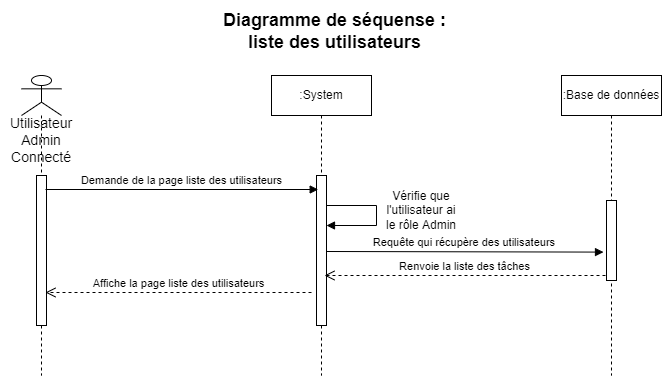
gnut06300/P7_ToDo_Co keeps this draw.io diagram as diagrammes/ToDo_List_D_S_Liste_Utilisateurs.drawio.png. Above is the earlier version. Source tidied: cells renumbered, new cells last; positions are measured from the earlier drawing's top-left corner, leaving out a move shared by most shapes. The source it was exported from:
```xml
<mxGraphModel>
  <root>
    <mxCell id="0" />
    <mxCell id="1" parent="0" />
    <mxCell id="2" value="&lt;b&gt;&lt;font style=&quot;font-size: 18px&quot;&gt;Diagramme de séquense : liste des utilisateurs&lt;/font&gt;&lt;/b&gt;" style="text;html=1;strokeColor=none;fillColor=none;align=center;verticalAlign=middle;whiteSpace=wrap;rounded=0;" parent="1" vertex="1">
      <mxGeometry x="208" width="231" height="30" as="geometry" />
    </mxCell>
    <mxCell id="3" style="shape=umlLifeline;participant=umlActor;perimeter=lifelinePerimeter;whiteSpace=wrap;html=1;verticalAlign=top;spacingTop=36;" parent="1" vertex="1">
      <mxGeometry x="10" y="59" width="40" height="300" as="geometry" />
    </mxCell>
    <mxCell id="4" value="Utilisateur&lt;br&gt;Admin&lt;br&gt;Connecté" style="text;html=1;strokeColor=none;fillColor=none;align=center;verticalAlign=middle;whiteSpace=wrap;rounded=0;fontSize=14;" parent="3" vertex="1">
      <mxGeometry x="-10" y="50" width="60" height="30" as="geometry" />
    </mxCell>
    <mxCell id="5" style="html=1;perimeter=orthogonalPerimeter;" parent="3" vertex="1">
      <mxGeometry x="15" y="100" width="10" height="150" as="geometry" />
    </mxCell>
    <mxCell id="6" value=":System" style="shape=umlLifeline;perimeter=lifelinePerimeter;whiteSpace=wrap;html=1;" parent="1" vertex="1">
      <mxGeometry x="260" y="59" width="100" height="300" as="geometry" />
    </mxCell>
    <mxCell id="7" style="html=1;perimeter=orthogonalPerimeter;" parent="6" vertex="1">
      <mxGeometry x="45" y="100" width="10" height="150" as="geometry" />
    </mxCell>
    <mxCell id="8" value=":Base de données" style="shape=umlLifeline;perimeter=lifelinePerimeter;whiteSpace=wrap;html=1;" parent="1" vertex="1">
      <mxGeometry x="550" y="59" width="100" height="300" as="geometry" />
    </mxCell>
    <mxCell id="9" style="html=1;points=[];perimeter=orthogonalPerimeter;" parent="8" vertex="1">
      <mxGeometry x="45" y="125" width="10" height="80" as="geometry" />
    </mxCell>
    <mxCell id="10" style="html=1;verticalAlign=bottom;endArrow=block;rounded=0;" parent="1" edge="1">
      <mxGeometry x="-0.17" y="45" relative="1" as="geometry">
        <mxPoint x="315" y="189" as="sourcePoint" />
        <mxPoint x="315" y="209" as="targetPoint" />
        <Array as="points">
          <mxPoint x="365" y="189" />
          <mxPoint x="365" y="209" />
        </Array>
        <mxPoint x="-5" y="-20" as="offset" />
      </mxGeometry>
    </mxCell>
    <mxCell id="11" value="Vérifie que l'utilisateur ai le rôle Admin" style="text;html=1;strokeColor=none;fillColor=none;align=center;verticalAlign=middle;whiteSpace=wrap;rounded=0;" parent="1" vertex="1">
      <mxGeometry x="370" y="179" width="80" height="30" as="geometry" />
    </mxCell>
    <mxCell id="12" value="Demande de la page liste des utilisateurs" style="html=1;verticalAlign=bottom;endArrow=block;rounded=0;exitX=1.18;exitY=0.133;exitDx=0;exitDy=0;exitPerimeter=0;" parent="1" edge="1">
      <mxGeometry relative="1" as="geometry">
        <mxPoint x="34" y="173" as="sourcePoint" />
        <mxPoint x="306.7" y="173" as="targetPoint" />
      </mxGeometry>
    </mxCell>
    <mxCell id="13" value="Requête qui récupère des utilisateurs&amp;nbsp;" style="html=1;verticalAlign=bottom;endArrow=block;rounded=0;exitX=0.62;exitY=0.373;exitDx=0;exitDy=0;exitPerimeter=0;entryX=-0.3;entryY=0.645;entryDx=0;entryDy=0;entryPerimeter=0;" parent="1" edge="1" target="9">
      <mxGeometry relative="1" as="geometry">
        <mxPoint x="315" y="235" as="sourcePoint" />
      </mxGeometry>
    </mxCell>
    <mxCell id="14" value="Renvoie la liste des tâches" style="html=1;verticalAlign=bottom;endArrow=open;dashed=1;endSize=8;rounded=0;" parent="1" edge="1">
      <mxGeometry relative="1" as="geometry">
        <mxPoint x="594" y="259" as="sourcePoint" />
        <mxPoint x="313" y="259" as="targetPoint" />
      </mxGeometry>
    </mxCell>
    <mxCell id="15" value="Affiche la page liste des utilisateurs" style="html=1;verticalAlign=bottom;endArrow=open;dashed=1;endSize=8;rounded=0;" parent="1" edge="1">
      <mxGeometry relative="1" as="geometry">
        <mxPoint x="300" y="276" as="sourcePoint" />
        <mxPoint x="34" y="276" as="targetPoint" />
      </mxGeometry>
    </mxCell>
  </root>
</mxGraphModel>
```
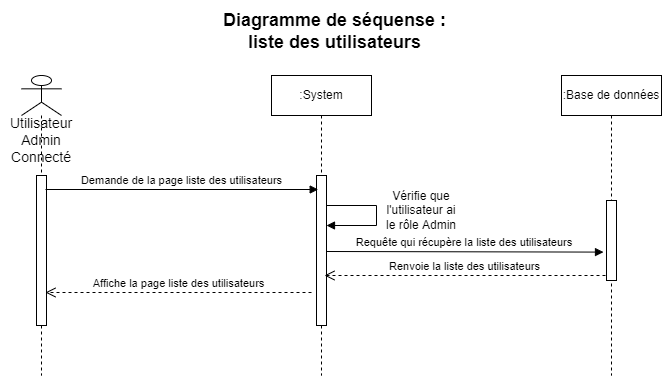
Later version of the same file.

What changed in the source:
```diff
@@ -46,12 +46,12 @@
         <mxPoint x="306.7" y="173" as="targetPoint" />
       </mxGeometry>
     </mxCell>
-    <mxCell id="13" value="Requête qui récupère des utilisateurs&amp;nbsp;" style="html=1;verticalAlign=bottom;endArrow=block;rounded=0;exitX=0.62;exitY=0.373;exitDx=0;exitDy=0;exitPerimeter=0;entryX=-0.3;entryY=0.645;entryDx=0;entryDy=0;entryPerimeter=0;" parent="1" edge="1" target="9">
+    <mxCell id="13" value="Requête qui récupère la liste des utilisateurs&amp;nbsp;" style="html=1;verticalAlign=bottom;endArrow=block;rounded=0;exitX=0.62;exitY=0.373;exitDx=0;exitDy=0;exitPerimeter=0;entryX=-0.3;entryY=0.645;entryDx=0;entryDy=0;entryPerimeter=0;" parent="1" edge="1" target="9">
       <mxGeometry relative="1" as="geometry">
         <mxPoint x="315" y="235" as="sourcePoint" />
       </mxGeometry>
     </mxCell>
-    <mxCell id="14" value="Renvoie la liste des tâches" style="html=1;verticalAlign=bottom;endArrow=open;dashed=1;endSize=8;rounded=0;" parent="1" edge="1">
+    <mxCell id="14" value="Renvoie la liste des utilisateurs" style="html=1;verticalAlign=bottom;endArrow=open;dashed=1;endSize=8;rounded=0;" parent="1" edge="1">
       <mxGeometry relative="1" as="geometry">
         <mxPoint x="594" y="259" as="sourcePoint" />
         <mxPoint x="313" y="259" as="targetPoint" />
```
